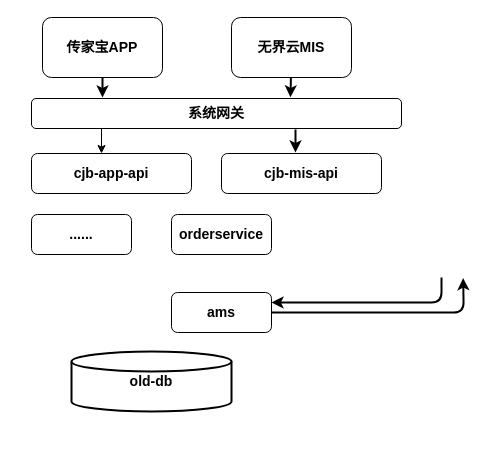
jmy99527/chapter1 keeps this draw.io diagram as Copy of queryHoldPosition.drawio. Above is the earlier version. Source tidied: cells renumbered, new cells numbered last; positions are measured from the earlier drawing's top-left corner, leaving out a move shared by most shapes. Both pictures are drawn from the tidied source at 100%, with x=0, y=0 at pixel (31, 17).
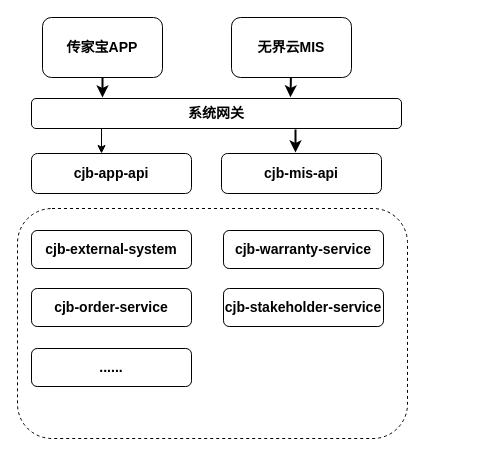
After the change.

Diff of the diagram source:
```diff
@@
+    <mxCell id="17" value="&lt;span style=&quot;font-size: 14px&quot;&gt;&lt;b&gt;&lt;br&gt;&lt;/b&gt;&lt;/span&gt;" style="rounded=1;whiteSpace=wrap;html=1;dashed=1;" parent="1" vertex="1">
+      <mxGeometry x="-14" y="191" width="390" height="230" as="geometry" />
+    </mxCell>
@@
-    <mxCell id="9" value="&lt;span style=&quot;font-size: 14px&quot;&gt;&lt;b&gt;orderservice&lt;br&gt;&lt;/b&gt;&lt;/span&gt;" style="rounded=1;whiteSpace=wrap;html=1;" parent="1" vertex="1">
-      <mxGeometry x="140" y="197" width="100" height="40" as="geometry" />
-    </mxCell>
-    <mxCell id="10" value="&lt;span style=&quot;font-size: 14px&quot;&gt;&lt;b&gt;......&lt;br&gt;&lt;/b&gt;&lt;/span&gt;" style="rounded=1;whiteSpace=wrap;html=1;" parent="1" vertex="1">
-      <mxGeometry y="197" width="100" height="40" as="geometry" />
+    <mxCell id="10" value="&lt;span style=&quot;font-size: 14px&quot;&gt;&lt;b&gt;cjb-external-system&lt;/b&gt;&lt;/span&gt;" style="rounded=1;whiteSpace=wrap;html=1;" parent="1" vertex="1">
+      <mxGeometry y="213" width="160" height="38" as="geometry" />
     </mxCell>
-    <mxCell id="11" style="edgeStyle=orthogonalEdgeStyle;jettySize=auto;html=1;entryX=1;entryY=0.25;entryDx=0;entryDy=0;strokeWidth=2;" parent="1" edge="1" target="14">
-      <mxGeometry relative="1" as="geometry">
-        <mxPoint x="410" y="260" as="sourcePoint" />
-        <Array as="points">
-          <mxPoint x="410" y="285" />
-        </Array>
-      </mxGeometry>
-    </mxCell>
-    <mxCell id="12" value="&lt;b style=&quot;font-size: 14px&quot;&gt;old-db&lt;/b&gt;" style="strokeWidth=2;html=1;shape=mxgraph.flowchart.database;whiteSpace=wrap;" parent="1" vertex="1">
-      <mxGeometry x="40" y="334" width="160" height="60" as="geometry" />
-    </mxCell>
-    <mxCell id="13" style="edgeStyle=orthogonalEdgeStyle;jettySize=auto;html=1;entryX=0.655;entryY=1.008;entryDx=0;entryDy=0;entryPerimeter=0;strokeWidth=2;" parent="1" edge="1" source="14">
-      <mxGeometry relative="1" as="geometry">
-        <mxPoint x="431.7" y="260.6" as="targetPoint" />
-      </mxGeometry>
-    </mxCell>
-    <mxCell id="14" value="&lt;span style=&quot;font-size: 14px&quot;&gt;&lt;b&gt;ams&lt;br&gt;&lt;/b&gt;&lt;/span&gt;" style="rounded=1;whiteSpace=wrap;html=1;" parent="1" vertex="1">
-      <mxGeometry x="140" y="275" width="100" height="40" as="geometry" />
-    </mxCell>
@@
+    <mxCell id="18" value="&lt;span style=&quot;font-size: 14px&quot;&gt;&lt;b&gt;cjb-warranty-service&lt;/b&gt;&lt;/span&gt;" style="rounded=1;whiteSpace=wrap;html=1;" parent="1" vertex="1">
+      <mxGeometry x="192" y="213" width="160" height="38" as="geometry" />
+    </mxCell>
+    <mxCell id="19" value="&lt;span style=&quot;font-size: 14px&quot;&gt;&lt;b&gt;cjb-order-service&lt;/b&gt;&lt;/span&gt;" style="rounded=1;whiteSpace=wrap;html=1;" parent="1" vertex="1">
+      <mxGeometry y="271" width="160" height="38" as="geometry" />
+    </mxCell>
+    <mxCell id="20" value="&lt;b style=&quot;font-size: 14px&quot;&gt;cjb-&lt;/b&gt;&lt;span style=&quot;font-size: 14px&quot;&gt;&lt;b&gt;stakeholder&lt;/b&gt;&lt;/span&gt;&lt;b style=&quot;font-size: 14px&quot;&gt;-service&lt;/b&gt;" style="rounded=1;whiteSpace=wrap;html=1;" parent="1" vertex="1">
+      <mxGeometry x="192" y="271" width="160" height="38" as="geometry" />
+    </mxCell>
+    <mxCell id="21" value="&lt;span style=&quot;font-size: 14px&quot;&gt;&lt;b&gt;......&lt;/b&gt;&lt;/span&gt;" style="rounded=1;whiteSpace=wrap;html=1;" parent="1" vertex="1">
+      <mxGeometry y="331" width="160" height="38" as="geometry" />
+    </mxCell>
```
